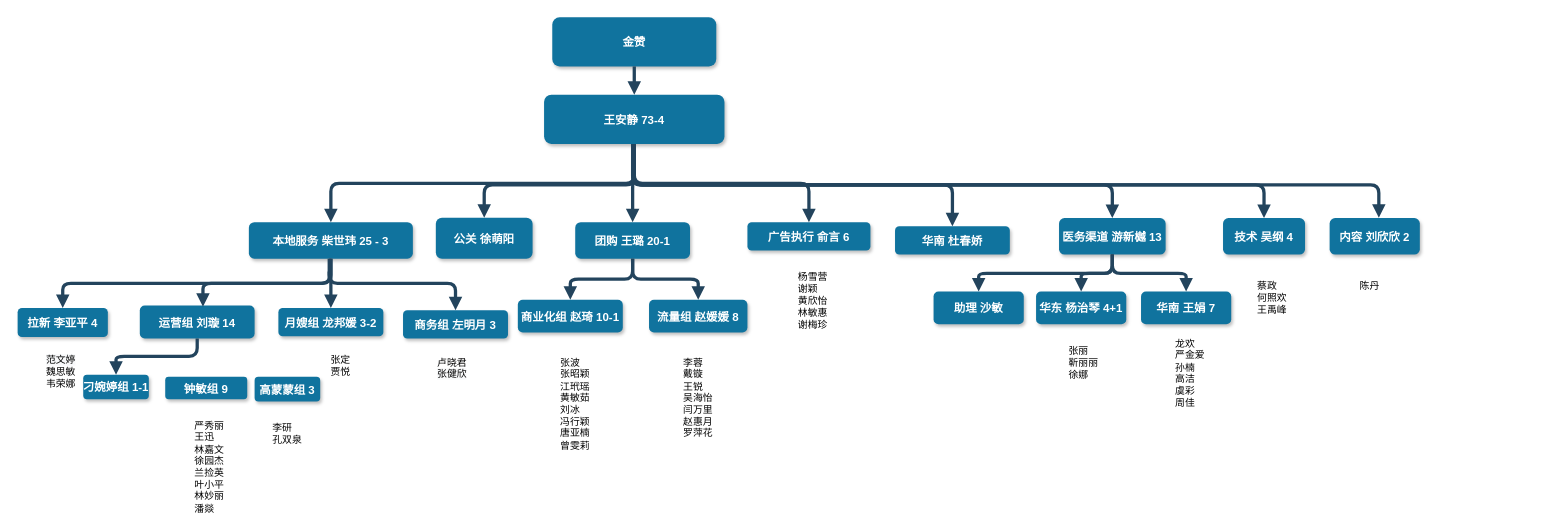
Before: Untitled Diagram.drawio in wholehope/diagram, a draw.io diagram. Source tidied: cells renumbered, new cells numbered last; positions are measured from the earlier drawing's top-left corner, leaving out a move shared by most shapes. Both pictures are drawn from the tidied source at 82%, with x=0, y=0 at pixel (17, 17).
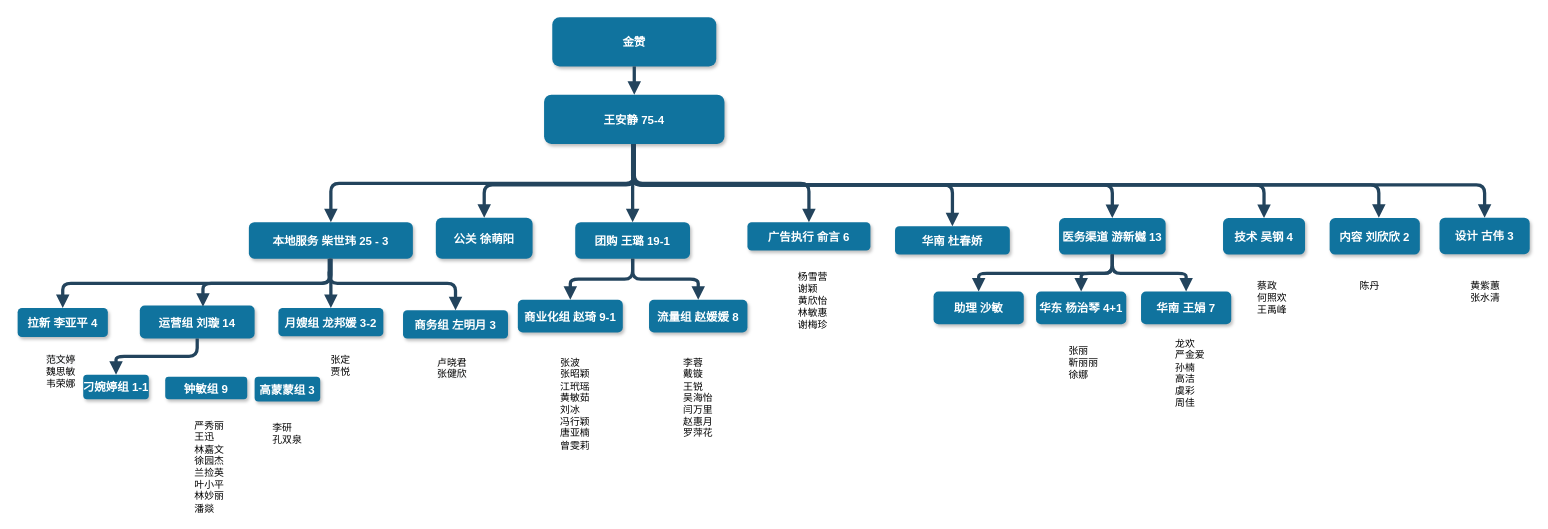
Above is the later version.

What changed in the source:
```diff
@@
-    <mxCell id="3" value="王安静 73-4" style="rounded=1;fillColor=#10739E;strokeColor=none;shadow=1;gradientColor=none;fontStyle=1;fontColor=#FFFFFF;fontSize=14;" parent="1" vertex="1">
+    <mxCell id="3" value="王安静 75-4" style="rounded=1;fillColor=#10739E;strokeColor=none;shadow=1;gradientColor=none;fontStyle=1;fontColor=#FFFFFF;fontSize=14;" parent="1" vertex="1">
       <mxGeometry x="642" y="94" width="220" height="60" as="geometry" />
     </mxCell>
@@
-    <mxCell id="5" value="团购 王璐 20-1" style="rounded=1;fillColor=#10739E;strokeColor=none;shadow=1;gradientColor=none;fontStyle=1;fontColor=#FFFFFF;fontSize=14;" parent="1" vertex="1">
+    <mxCell id="5" value="团购 王璐 19-1" style="rounded=1;fillColor=#10739E;strokeColor=none;shadow=1;gradientColor=none;fontStyle=1;fontColor=#FFFFFF;fontSize=14;" parent="1" vertex="1">
       <mxGeometry x="680" y="249.5" width="140" height="44.5" as="geometry" />
     </mxCell>
@@
-    <mxCell id="13" value="商业化组 赵琦 10-1" style="rounded=1;fillColor=#10739E;strokeColor=none;shadow=1;gradientColor=none;fontStyle=1;fontColor=#FFFFFF;fontSize=14;" parent="1" vertex="1">
+    <mxCell id="13" value="商业化组 赵琦 9-1" style="rounded=1;fillColor=#10739E;strokeColor=none;shadow=1;gradientColor=none;fontStyle=1;fontColor=#FFFFFF;fontSize=14;" parent="1" vertex="1">
       <mxGeometry x="610" y="344" width="128" height="40" as="geometry" />
     </mxCell>
@@
-    <mxCell id="23" value="技术 吴纲 4" style="rounded=1;fillColor=#10739E;strokeColor=none;shadow=1;gradientColor=none;fontStyle=1;fontColor=#FFFFFF;fontSize=14;" parent="1" vertex="1">
+    <mxCell id="23" value="技术 吴钢 4" style="rounded=1;fillColor=#10739E;strokeColor=none;shadow=1;gradientColor=none;fontStyle=1;fontColor=#FFFFFF;fontSize=14;" parent="1" vertex="1">
       <mxGeometry x="1470" y="244.5" width="100" height="44.5" as="geometry" />
     </mxCell>
@@
+    <mxCell id="55" value="设计 古伟 3" style="rounded=1;fillColor=#10739E;strokeColor=none;shadow=1;gradientColor=none;fontStyle=1;fontColor=#FFFFFF;fontSize=14;" parent="1" vertex="1">
+      <mxGeometry x="1734" y="244" width="110" height="44.5" as="geometry" />
+    </mxCell>
+    <mxCell id="56" style="edgeStyle=elbowEdgeStyle;elbow=vertical;strokeWidth=4;endArrow=block;endFill=1;fontStyle=1;strokeColor=#23445D;entryX=0.5;entryY=0;entryDx=0;entryDy=0;" parent="1" edge="1" target="55">
+      <mxGeometry x="190" y="145.5" as="geometry">
+        <mxPoint x="750" y="154" as="sourcePoint" />
+        <Array as="points">
+          <mxPoint x="1270" y="204" />
+          <mxPoint x="1230" y="224" />
+        </Array>
+      </mxGeometry>
+    </mxCell>
+    <mxCell id="57" value="黄紫蕙&lt;br&gt;张水清" style="text;whiteSpace=wrap;html=1;" parent="1" vertex="1">
+      <mxGeometry x="1770" y="314" width="60" height="30" as="geometry" />
+    </mxCell>
```
